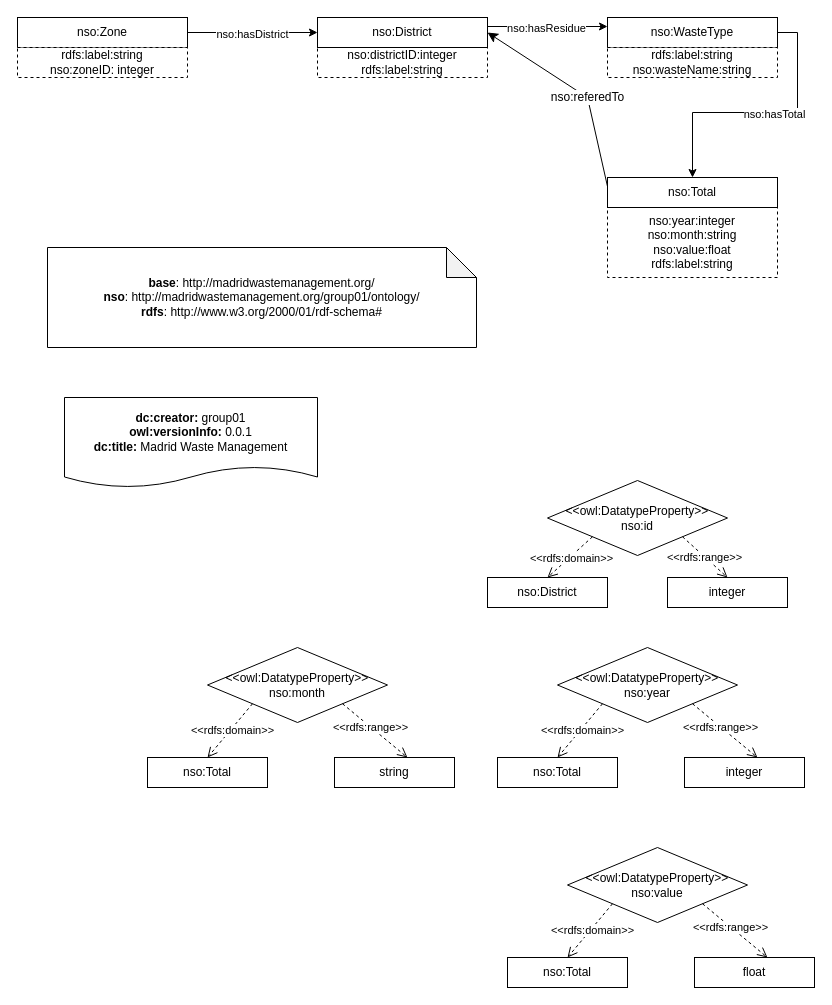
Above: HandsOn/Group01/ontology/WasteManagement.drawio in FacultadInformatica-LinkedData/Curso2023-2024-ODKG (draw.io), before the change. Source tidied: cells renumbered, new cells numbered last; positions are measured from the earlier drawing's top-left corner, leaving out a move shared by most shapes. Both pictures are drawn from the tidied source at 100%, with x=0, y=0 at pixel (17, 17).
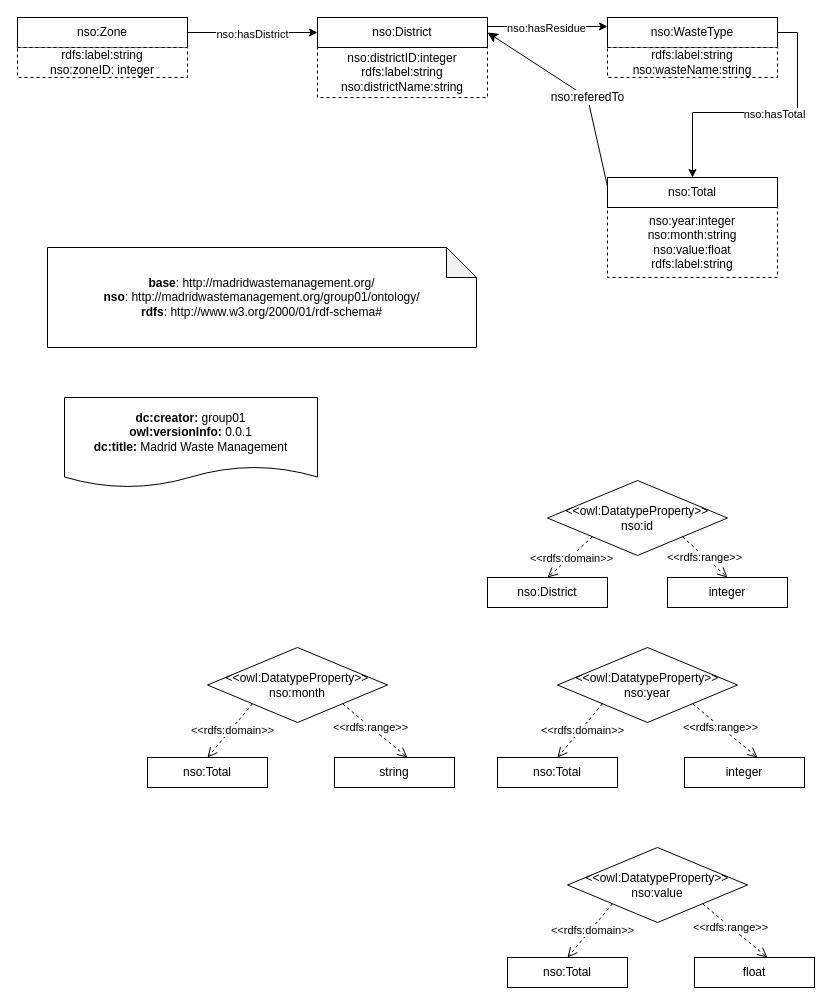
The same diagram, later.

What changed in the source:
```diff
@@
-    <mxCell id="2" value="nso:districtID:integer&lt;br&gt;rdfs:label:string" style="rounded=0;whiteSpace=wrap;html=1;dashed=1;" parent="1" vertex="1">
-      <mxGeometry x="300" y="30" width="170" height="30" as="geometry" />
+    <mxCell id="2" value="nso:districtID:integer&lt;br&gt;rdfs:label:string&lt;br&gt;nso:districtName:string" style="rounded=0;whiteSpace=wrap;html=1;dashed=1;" parent="1" vertex="1">
+      <mxGeometry x="300" y="30" width="170" height="50" as="geometry" />
     </mxCell>
```
